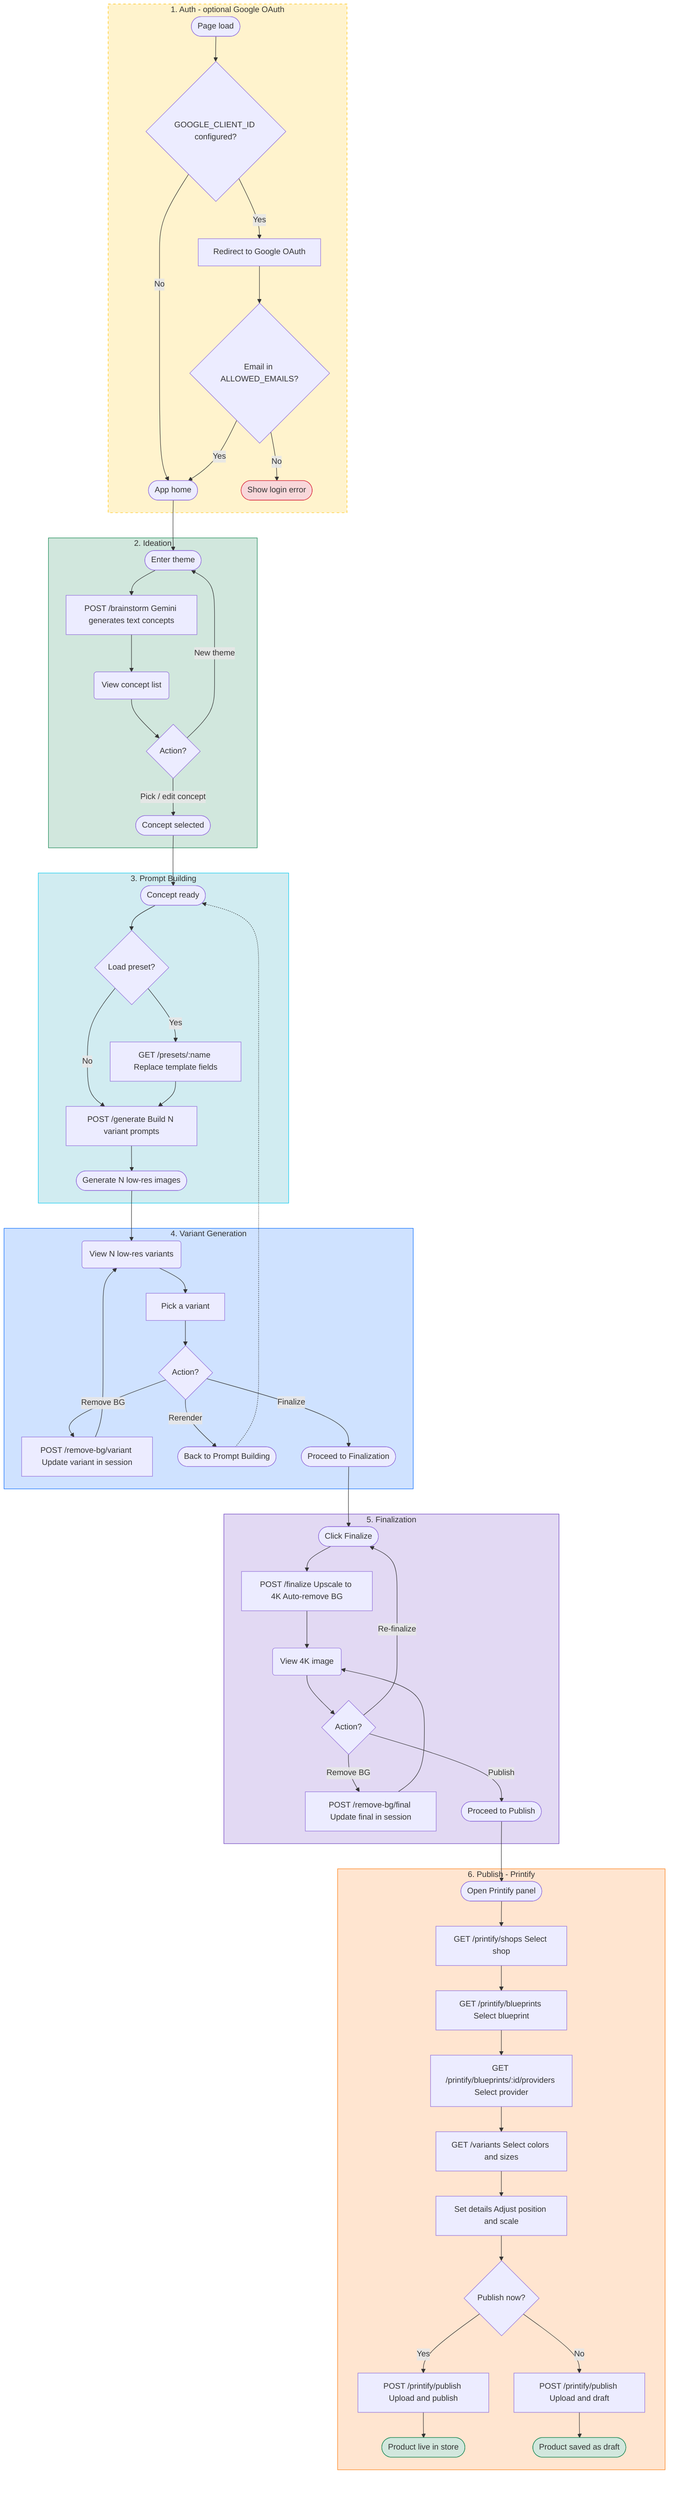
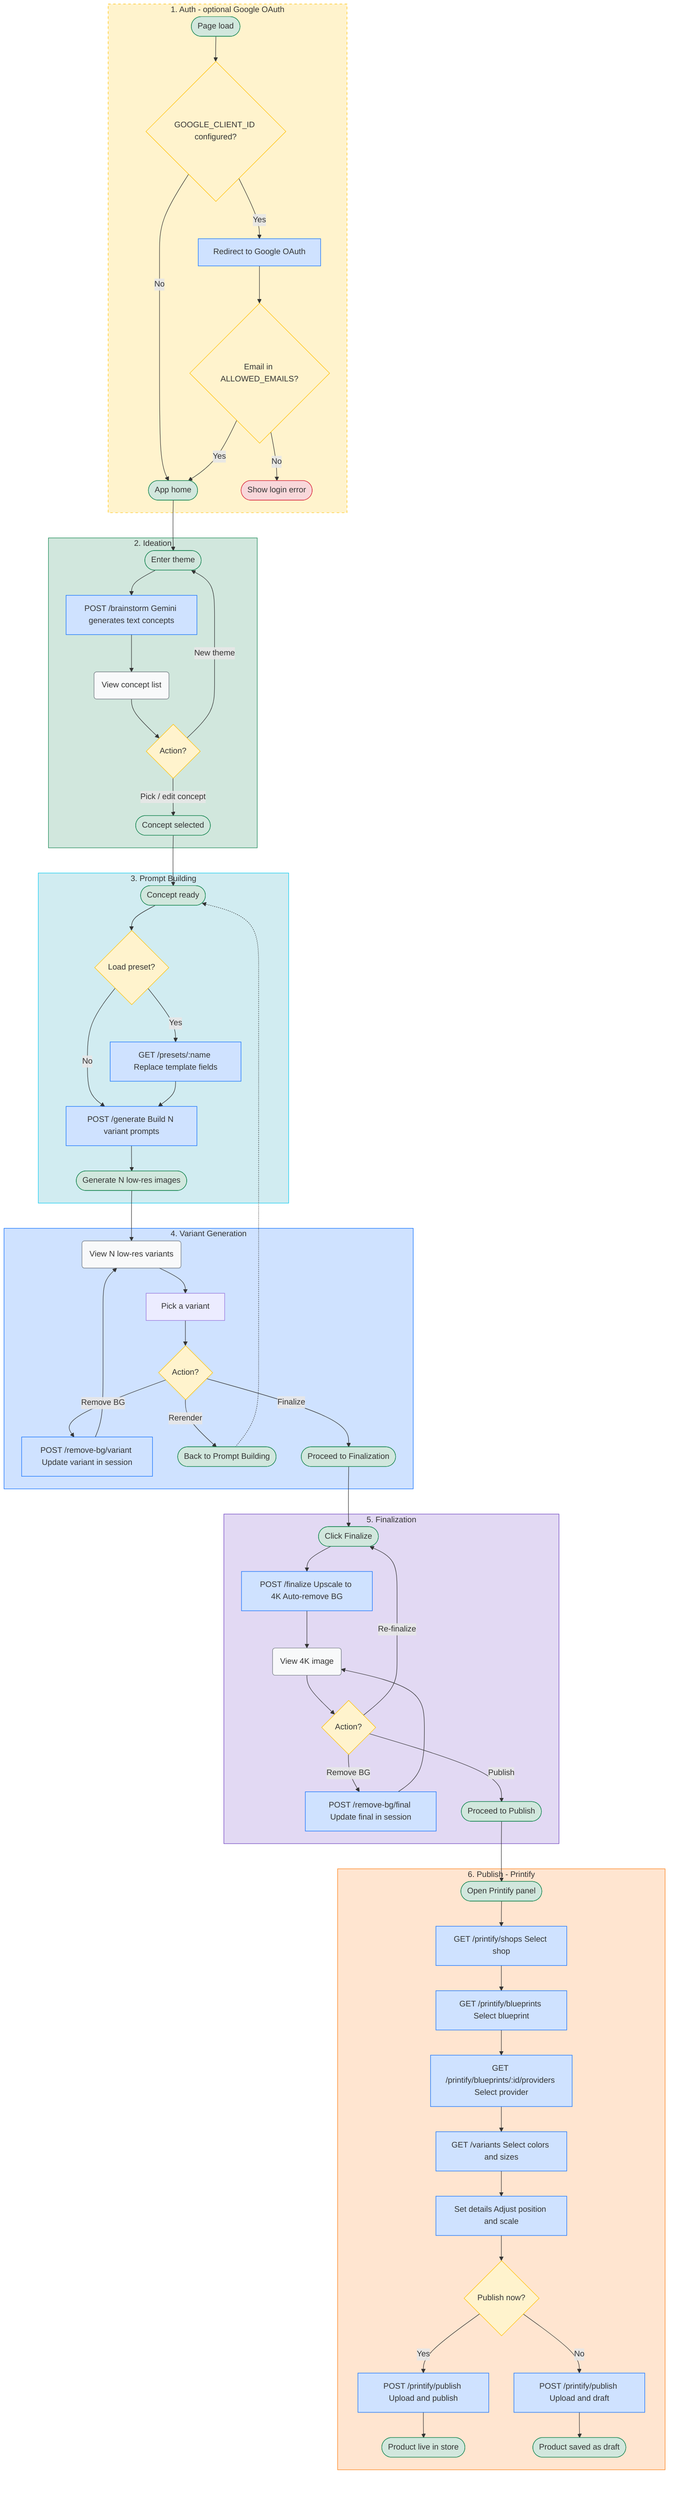
graph TD
    %% 1. Auth
    subgraph Auth [1. Auth - optional Google OAuth]
        PageLoad([Page load]) --> AuthEnabled{GOOGLE_CLIENT_ID configured?}
        AuthEnabled -- No --> AppHome([App home])
        AuthEnabled -- Yes --> OAuthRedirect[Redirect to Google OAuth]
        OAuthRedirect --> AllowlistCheck{Email in ALLOWED_EMAILS?}
        AllowlistCheck -- No --> LoginError([Show login error])
        AllowlistCheck -- Yes --> AppHome
    end

    %% 2. Ideation
    subgraph Ideation [2. Ideation]
        EnterTheme([Enter theme]) --> Brainstorm[POST /brainstorm Gemini generates text concepts]
        Brainstorm --> ViewConcepts(View concept list)
        ViewConcepts --> IdeationChoice{Action?}
        IdeationChoice -- "Pick / edit concept" --> ConceptSelected([Concept selected])
        IdeationChoice -- "New theme" --> EnterTheme
    end

    %% 3. Prompt Building
    subgraph PromptBuild [3. Prompt Building]
        ConceptIn([Concept ready]) --> LoadPreset{Load preset?}
        LoadPreset -- Yes --> ApplyPreset[GET /presets/:name Replace template fields]
        LoadPreset -- No --> BuildPrompts
        ApplyPreset --> BuildPrompts[POST /generate Build N variant prompts]
        BuildPrompts --> GenImages([Generate N low-res images])
    end

    %% 4. Variant Generation
    subgraph VariantGen [4. Variant Generation]
        ViewVariants(View N low-res variants) --> PickVariant[Pick a variant]
        PickVariant --> VariantChoice{Action?}
        VariantChoice -- "Remove BG" --> RemoveBGVariant[POST /remove-bg/variant Update variant in session]
        RemoveBGVariant --> ViewVariants
        VariantChoice -- "Rerender" --> RerenderVariants([Back to Prompt Building])
        VariantChoice -- "Finalize" --> ReadyToFinalize([Proceed to Finalization])
    end

    %% 5. Finalization
    subgraph Finalization [5. Finalization]
        ClickFinalize([Click Finalize]) --> Gen4K[POST /finalize Upscale to 4K Auto-remove BG]
        Gen4K --> View4K(View 4K image)
        View4K --> FinalChoice{Action?}
        FinalChoice -- "Remove BG" --> RemoveBGFinal[POST /remove-bg/final Update final in session]
        RemoveBGFinal --> View4K
        FinalChoice -- "Re-finalize" --> ClickFinalize
        FinalChoice -- "Publish" --> ReadyToPublish([Proceed to Publish])
    end

    %% 6. Publish
    subgraph Publish [6. Publish - Printify]
        OpenPrintify([Open Printify panel]) --> SelectShop[GET /printify/shops Select shop]
        SelectShop --> SelectBlueprint[GET /printify/blueprints Select blueprint]
        SelectBlueprint --> SelectProvider[GET /printify/blueprints/:id/providers Select provider]
        SelectProvider --> SelectVariants[GET /variants Select colors and sizes]
        SelectVariants --> SetDetails[Set details Adjust position and scale]
        SetDetails --> PublishChoice{Publish now?}
        PublishChoice -- Yes --> PublishNow[POST /printify/publish Upload and publish]
        PublishChoice -- No --> SaveDraft[POST /printify/publish Upload and draft]
        PublishNow --> Done([Product live in store])
        SaveDraft --> Done2([Product saved as draft])
    end

    %% Phase transitions
    AppHome --> EnterTheme
    ConceptSelected --> ConceptIn
    GenImages --> ViewVariants
    RerenderVariants -.-> ConceptIn
    ReadyToFinalize --> ClickFinalize
    ReadyToPublish --> OpenPrintify

-     %% Styling
+     %% Subgraph styling
    style Auth fill:#fff3cd,stroke:#ffc107,stroke-dasharray: 5 5
    style Ideation fill:#d1e7dd,stroke:#198754
    style PromptBuild fill:#d1ecf1,stroke:#0dcaf0
    style VariantGen fill:#cfe2ff,stroke:#0d6efd
    style Finalization fill:#e2d9f3,stroke:#6f42c1
    style Publish fill:#ffe5d0,stroke:#fd7e14
-     style LoginError fill:#f8d7da,stroke:#dc3545
+ 
+     %% Decision nodes - amber
+     style AuthEnabled fill:#fff3cd,stroke:#ffc107
+     style AllowlistCheck fill:#fff3cd,stroke:#ffc107
+     style IdeationChoice fill:#fff3cd,stroke:#ffc107
+     style LoadPreset fill:#fff3cd,stroke:#ffc107
+     style VariantChoice fill:#fff3cd,stroke:#ffc107
+     style FinalChoice fill:#fff3cd,stroke:#ffc107
+     style PublishChoice fill:#fff3cd,stroke:#ffc107
+ 
+     %% API call nodes - blue
+     style OAuthRedirect fill:#cfe2ff,stroke:#0d6efd
+     style Brainstorm fill:#cfe2ff,stroke:#0d6efd
+     style ApplyPreset fill:#cfe2ff,stroke:#0d6efd
+     style BuildPrompts fill:#cfe2ff,stroke:#0d6efd
+     style RemoveBGVariant fill:#cfe2ff,stroke:#0d6efd
+     style Gen4K fill:#cfe2ff,stroke:#0d6efd
+     style RemoveBGFinal fill:#cfe2ff,stroke:#0d6efd
+     style SelectShop fill:#cfe2ff,stroke:#0d6efd
+     style SelectBlueprint fill:#cfe2ff,stroke:#0d6efd
+     style SelectProvider fill:#cfe2ff,stroke:#0d6efd
+     style SelectVariants fill:#cfe2ff,stroke:#0d6efd
+     style SetDetails fill:#cfe2ff,stroke:#0d6efd
+     style PublishNow fill:#cfe2ff,stroke:#0d6efd
+     style SaveDraft fill:#cfe2ff,stroke:#0d6efd
+ 
+     %% View/state nodes - gray
+     style ViewConcepts fill:#f8f9fa,stroke:#6c757d
+     style ViewVariants fill:#f8f9fa,stroke:#6c757d
+     style View4K fill:#f8f9fa,stroke:#6c757d
+ 
+     %% Terminal nodes - green
+     style PageLoad fill:#d1e7dd,stroke:#198754
+     style AppHome fill:#d1e7dd,stroke:#198754
+     style EnterTheme fill:#d1e7dd,stroke:#198754
+     style ConceptSelected fill:#d1e7dd,stroke:#198754
+     style ConceptIn fill:#d1e7dd,stroke:#198754
+     style GenImages fill:#d1e7dd,stroke:#198754
+     style RerenderVariants fill:#d1e7dd,stroke:#198754
+     style ReadyToFinalize fill:#d1e7dd,stroke:#198754
+     style ClickFinalize fill:#d1e7dd,stroke:#198754
+     style ReadyToPublish fill:#d1e7dd,stroke:#198754
+     style OpenPrintify fill:#d1e7dd,stroke:#198754
    style Done fill:#d1e7dd,stroke:#198754
    style Done2 fill:#d1e7dd,stroke:#198754
+ 
+     %% Error nodes - red
+     style LoginError fill:#f8d7da,stroke:#dc3545
